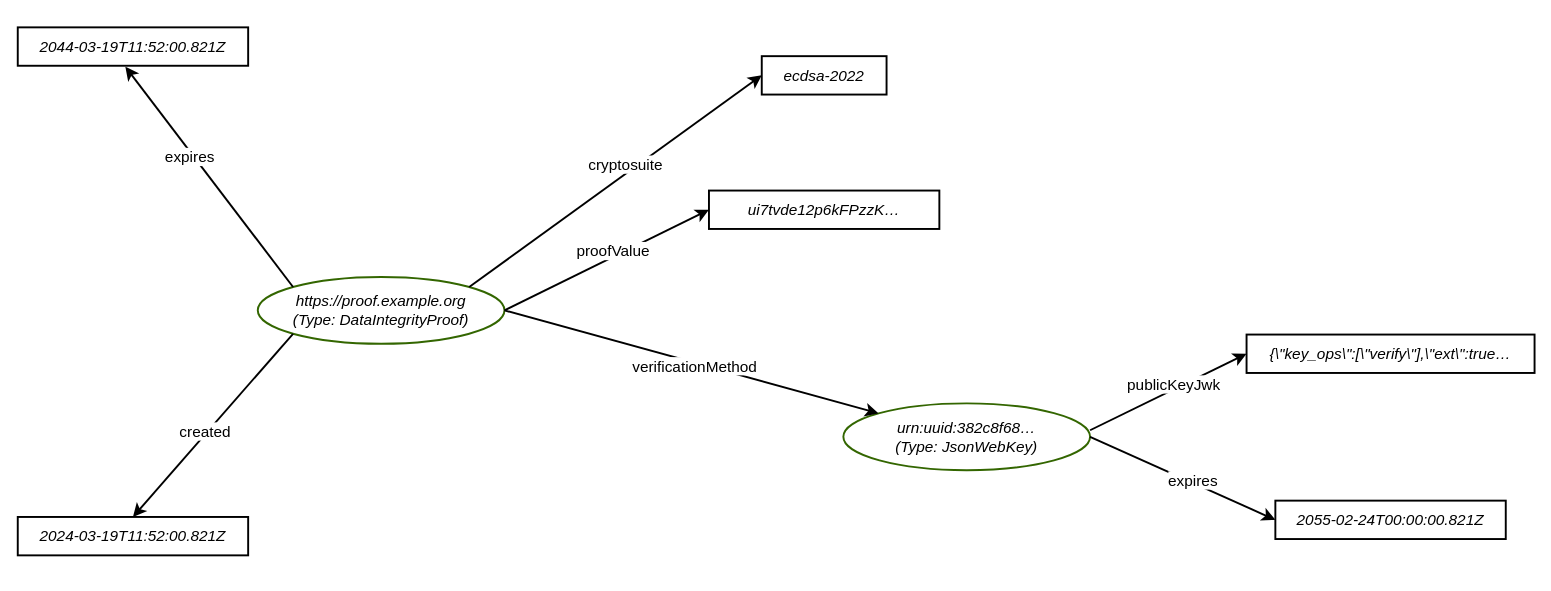
This is di_examples/simple.drawio from iherman/misc-notes, a draw.io file, before an edit. Source tidied: cells renumbered, new cells numbered last; positions are measured from the earlier drawing's top-left corner, leaving out a move shared by most shapes. Both pictures are drawn from the tidied source at 96%, with x=0, y=0 at pixel (17, 27).
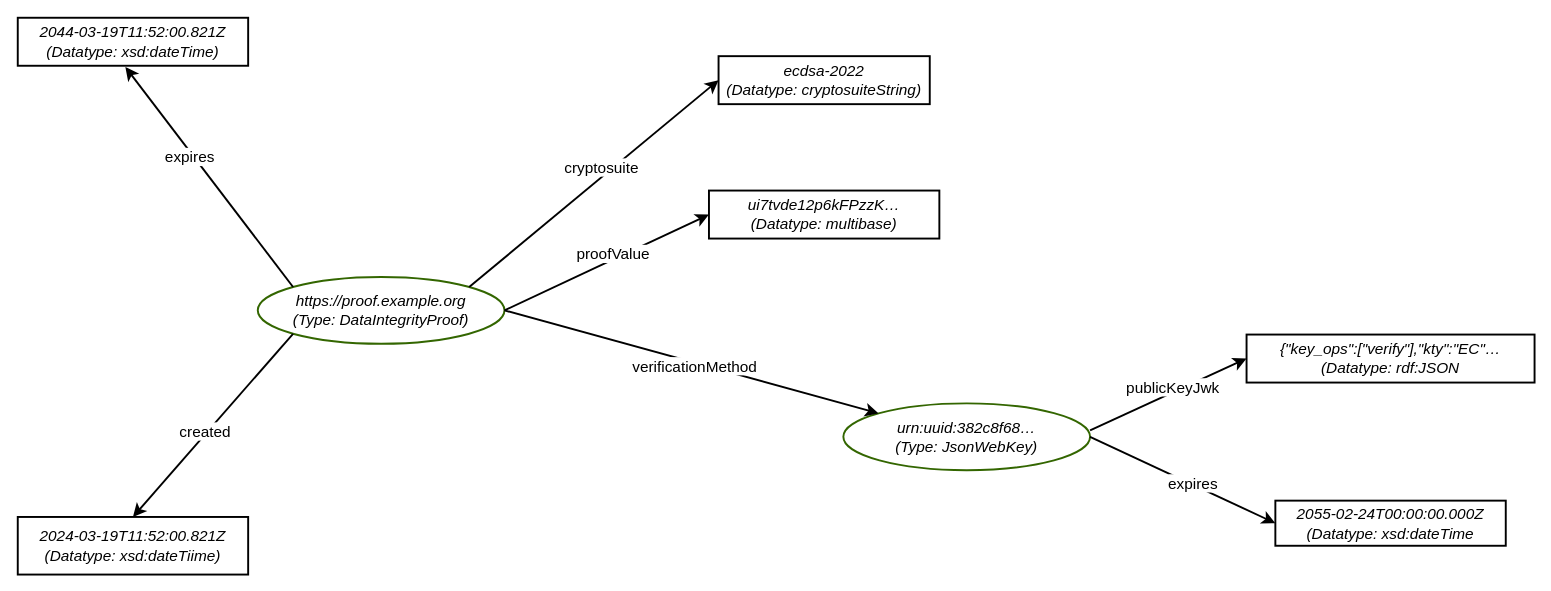
Above is the later version.

Change to the diagram source:
```diff
@@
-    <mxCell id="3" value="&lt;i&gt;&lt;font color=&quot;#000000&quot;&gt;ecdsa-2022&lt;/font&gt;&lt;/i&gt;" style="rounded=0;whiteSpace=wrap;html=1;fontSize=16;fillColor=none;strokeWidth=2;" parent="1" vertex="1">
-      <mxGeometry x="775" y="30" width="130" height="40" as="geometry" />
+    <mxCell id="3" value="&lt;i&gt;&lt;font color=&quot;#000000&quot;&gt;ecdsa-2022&lt;/font&gt;&lt;/i&gt;&lt;div&gt;&lt;i&gt;&lt;font color=&quot;#000000&quot;&gt;(Datatype: cryptosuiteString)&lt;/font&gt;&lt;/i&gt;&lt;/div&gt;" style="rounded=0;whiteSpace=wrap;html=1;fontSize=16;fillColor=none;strokeWidth=2;" parent="1" vertex="1">
+      <mxGeometry x="730" y="30" width="220" height="50" as="geometry" />
     </mxCell>
@@
-    <mxCell id="6" value="&lt;i&gt;&lt;font color=&quot;#000000&quot;&gt;2024-03-19T&lt;/font&gt;11:52:00.821Z&lt;/i&gt;" style="rounded=0;whiteSpace=wrap;html=1;fontSize=16;fillColor=none;strokeWidth=2;" parent="1" vertex="1">
-      <mxGeometry y="510" width="240" height="40" as="geometry" />
+    <mxCell id="6" value="&lt;i&gt;&lt;font color=&quot;#000000&quot;&gt;2024-03-19T&lt;/font&gt;11:52:00.821Z&lt;/i&gt;&lt;div&gt;&lt;i&gt;(Datatype: xsd:dateTiime)&lt;/i&gt;&lt;/div&gt;" style="rounded=0;whiteSpace=wrap;html=1;fontSize=16;fillColor=none;strokeWidth=2;" parent="1" vertex="1">
+      <mxGeometry y="510" width="240" height="60" as="geometry" />
     </mxCell>
-    <mxCell id="7" value="&lt;i&gt;ui7tvde12p6kFPzzK…&lt;/i&gt;" style="rounded=0;whiteSpace=wrap;html=1;fontSize=16;fillColor=none;strokeWidth=2;" parent="1" vertex="1">
-      <mxGeometry x="720" y="170" width="240" height="40" as="geometry" />
+    <mxCell id="7" value="&lt;i&gt;ui7tvde12p6kFPzzK…&lt;/i&gt;&lt;div&gt;&lt;i&gt;(Datatype: multibase)&lt;/i&gt;&lt;/div&gt;" style="rounded=0;whiteSpace=wrap;html=1;fontSize=16;fillColor=none;strokeWidth=2;" parent="1" vertex="1">
+      <mxGeometry x="720" y="170" width="240" height="50" as="geometry" />
     </mxCell>
-    <mxCell id="8" value="&lt;i&gt;&lt;font color=&quot;#000000&quot;&gt;2044-03-19T&lt;/font&gt;11:52:00.821Z&lt;/i&gt;" style="rounded=0;whiteSpace=wrap;html=1;fontSize=16;fillColor=none;strokeWidth=2;" parent="1" vertex="1">
-      <mxGeometry width="240" height="40" as="geometry" />
+    <mxCell id="8" value="&lt;i&gt;&lt;font color=&quot;#000000&quot;&gt;2044-03-19T&lt;/font&gt;11:52:00.821Z&lt;/i&gt;&lt;div&gt;&lt;i&gt;(Datatype: xsd:dateTime)&lt;/i&gt;&lt;/div&gt;" style="rounded=0;whiteSpace=wrap;html=1;fontSize=16;fillColor=none;strokeWidth=2;" parent="1" vertex="1">
+      <mxGeometry y="-10" width="240" height="50" as="geometry" />
     </mxCell>
@@
-    <mxCell id="22" value="&lt;i&gt;{\&quot;key_ops\&quot;:[\&quot;verify\&quot;],\&quot;ext\&quot;:true…&lt;/i&gt;" style="rounded=0;whiteSpace=wrap;html=1;fontSize=16;fillColor=none;strokeWidth=2;" parent="1" vertex="1">
-      <mxGeometry x="1280" y="320" width="300" height="40" as="geometry" />
+    <mxCell id="22" value="&lt;i&gt;{&quot;key_ops&quot;:[&quot;verify&quot;],&quot;kty&quot;:&quot;EC&quot;…&lt;/i&gt;&lt;div&gt;&lt;i&gt;(Datatype: rdf:JSON&lt;/i&gt;&lt;/div&gt;" style="rounded=0;whiteSpace=wrap;html=1;fontSize=16;fillColor=none;strokeWidth=2;" parent="1" vertex="1">
+      <mxGeometry x="1280" y="320" width="300" height="50" as="geometry" />
     </mxCell>
-    <mxCell id="23" value="&lt;i&gt;&lt;font color=&quot;#000000&quot;&gt;2055-02-24T&lt;/font&gt;00:00:00.821Z&lt;/i&gt;" style="rounded=0;whiteSpace=wrap;html=1;fontSize=16;fillColor=none;strokeWidth=2;" parent="1" vertex="1">
-      <mxGeometry x="1310" y="493" width="240" height="40" as="geometry" />
+    <mxCell id="23" value="&lt;i&gt;&lt;font color=&quot;#000000&quot;&gt;2055-02-24T&lt;/font&gt;00:00:00.000Z&lt;/i&gt;&lt;div&gt;&lt;i&gt;(Datatype: xsd:dateTime&lt;/i&gt;&lt;/div&gt;" style="rounded=0;whiteSpace=wrap;html=1;fontSize=16;fillColor=none;strokeWidth=2;" parent="1" vertex="1">
+      <mxGeometry x="1310" y="493" width="240" height="47" as="geometry" />
     </mxCell>
```
